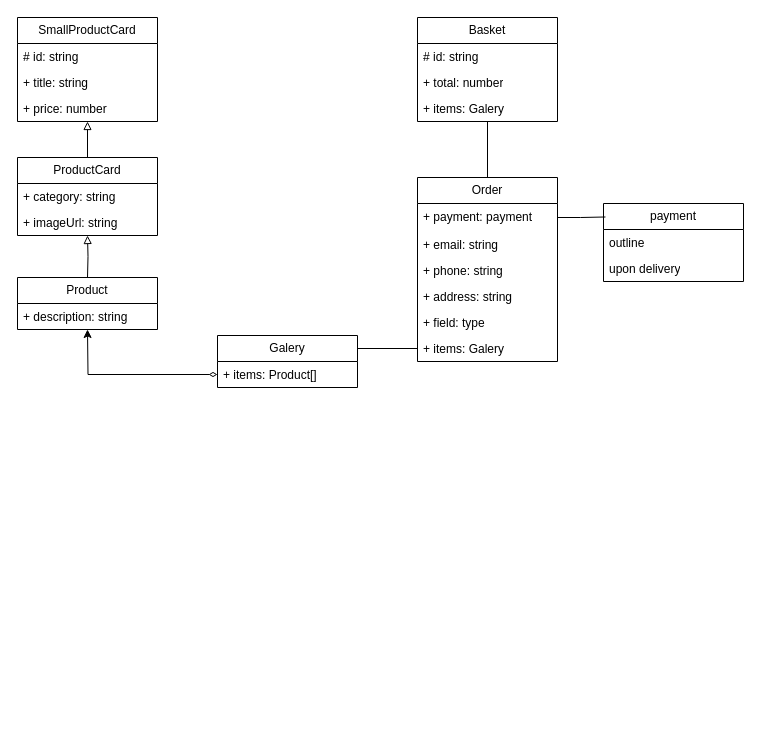
This is web-larek-frontend.drawio from Kazannik/web-larek-frontend, a draw.io file, before an edit. Source tidied: cells renumbered, new cells numbered last; positions are measured from the earlier drawing's top-left corner, leaving out a move shared by most shapes. Both pictures are drawn from the tidied source at 100%, with x=0, y=0 at pixel (17, 17).
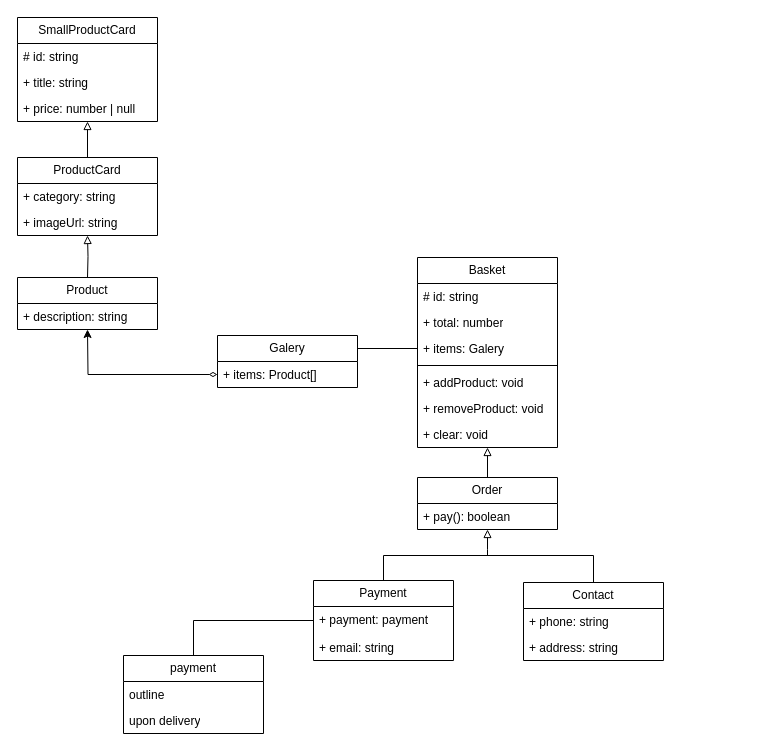
The same page after the edit.

Unchanged cells that the change refers to:
```xml
<mxCell id="8" value="Galery" style="swimlane;fontStyle=0;horizontal=1;startSize=26;fillColor=none;whiteSpace=wrap;html=1;" parent="1" vertex="1">
  <mxGeometry x="200" y="318" width="140" height="52" as="geometry" />
</mxCell>
<mxCell id="10" value="SmallProductCard" style="swimlane;fontStyle=0;horizontal=1;startSize=26;fillColor=none;whiteSpace=wrap;html=1;" parent="1" vertex="1">
  <mxGeometry width="140" height="104" as="geometry" />
</mxCell>
<mxCell id="24" value="+ items: Galery" style="text;strokeColor=none;fillColor=none;align=left;verticalAlign=top;spacingLeft=4;spacingRight=4;overflow=hidden;points=[[0,0.5],[1,0.5]];portConstraint=eastwest;whiteSpace=wrap;html=1;" parent="21" vertex="1">
  <mxGeometry y="78" width="140" height="26" as="geometry" />
</mxCell>
```

Diff of the diagram source:
```diff
@@
     <mxCell id="3" value="payment" style="swimlane;fontStyle=0;horizontal=1;startSize=26;fillColor=none;whiteSpace=wrap;html=1;" parent="1" vertex="1">
-      <mxGeometry x="586" y="186" width="140" height="78" as="geometry" />
+      <mxGeometry x="106" y="638" width="140" height="78" as="geometry" />
     </mxCell>
@@
-    <mxCell id="6" style="edgeStyle=orthogonalEdgeStyle;rounded=0;jettySize=auto;html=1;entryX=0.014;entryY=0.173;entryDx=0;entryDy=0;entryPerimeter=0;endArrow=none;endFill=0;" parent="1" edge="1" source="27" target="3">
+    <mxCell id="6" style="edgeStyle=orthogonalEdgeStyle;rounded=0;jettySize=auto;html=1;entryX=0.5;entryY=0;entryDx=0;entryDy=0;endArrow=none;endFill=0;" parent="1" edge="1" source="27" target="3">
       <mxGeometry relative="1" as="geometry" />
     </mxCell>
-    <mxCell id="7" style="edgeStyle=orthogonalEdgeStyle;rounded=0;jettySize=auto;html=1;exitX=1;exitY=0.25;exitDx=0;exitDy=0;endArrow=none;endFill=0;" parent="1" edge="1" source="8" target="32">
-      <mxGeometry relative="1" as="geometry" />
-    </mxCell>
+    <mxCell id="33" style="edgeStyle=orthogonalEdgeStyle;rounded=0;jettySize=auto;html=1;exitX=1;exitY=0.25;exitDx=0;exitDy=0;entryX=0;entryY=0.5;entryDx=0;entryDy=0;endArrow=none;endFill=0;" parent="1" edge="1" source="8" target="24">
+      <mxGeometry relative="1" as="geometry" />
+    </mxCell>
@@
-    <mxCell id="13" value="+ price: number" style="text;strokeColor=none;fillColor=none;align=left;verticalAlign=top;spacingLeft=4;spacingRight=4;overflow=hidden;whiteSpace=wrap;html=1;" parent="10" vertex="1">
+    <mxCell id="13" value="+ price: number | null" style="text;strokeColor=none;fillColor=none;align=left;verticalAlign=top;spacingLeft=4;spacingRight=4;overflow=hidden;whiteSpace=wrap;html=1;" parent="10" vertex="1">
       <mxGeometry y="78" width="140" height="26" as="geometry" />
     </mxCell>
@@
     <mxCell id="21" value="Basket" style="swimlane;fontStyle=0;horizontal=1;startSize=26;fillColor=none;whiteSpace=wrap;html=1;" parent="1" vertex="1">
-      <mxGeometry x="400" width="140" height="104" as="geometry" />
+      <mxGeometry x="400" y="240" width="140" height="190" as="geometry" />
     </mxCell>
@@
+    <mxCell id="34" style="line;strokeWidth=1;fillColor=none;align=left;verticalAlign=middle;spacingTop=-1;spacingLeft=3;spacingRight=3;labelPosition=right;strokeColor=inherit;" parent="21" vertex="1">
+      <mxGeometry y="104" width="140" height="8" as="geometry" />
+    </mxCell>
+    <mxCell id="35" value="+ addProduct: void" style="text;strokeColor=none;fillColor=none;align=left;verticalAlign=top;spacingLeft=4;spacingRight=4;overflow=hidden;whiteSpace=wrap;html=1;" parent="21" vertex="1">
+      <mxGeometry y="112" width="140" height="26" as="geometry" />
+    </mxCell>
+    <mxCell id="36" value="+ removeProduct: void" style="text;strokeColor=none;fillColor=none;align=left;verticalAlign=top;spacingLeft=4;spacingRight=4;overflow=hidden;whiteSpace=wrap;html=1;" parent="21" vertex="1">
+      <mxGeometry y="138" width="140" height="26" as="geometry" />
+    </mxCell>
+    <mxCell id="37" value="+ clear: void" style="text;strokeColor=none;fillColor=none;align=left;verticalAlign=top;spacingLeft=4;spacingRight=4;overflow=hidden;whiteSpace=wrap;html=1;" parent="21" vertex="1">
+      <mxGeometry y="164" width="140" height="26" as="geometry" />
+    </mxCell>
-    <mxCell id="25" style="edgeStyle=orthogonalEdgeStyle;rounded=0;jettySize=auto;html=1;exitX=0.5;exitY=0;exitDx=0;exitDy=0;endArrow=none;endFill=0;" parent="1" edge="1" source="26" target="21">
+    <mxCell id="25" style="edgeStyle=orthogonalEdgeStyle;rounded=0;jettySize=auto;html=1;exitX=0.5;exitY=0;exitDx=0;exitDy=0;endArrow=block;endFill=0;startArrow=none;startFill=0;" parent="1" edge="1" source="26" target="21">
       <mxGeometry relative="1" as="geometry" />
     </mxCell>
+    <mxCell id="38" style="edgeStyle=orthogonalEdgeStyle;rounded=0;jettySize=auto;html=1;endArrow=none;endFill=0;startArrow=block;startFill=0;" parent="1" edge="1" source="26">
+      <mxGeometry relative="1" as="geometry">
+        <mxPoint x="470" y="538" as="targetPoint" />
+      </mxGeometry>
+    </mxCell>
     <mxCell id="26" value="Order" style="swimlane;fontStyle=0;horizontal=1;startSize=26;fillColor=none;whiteSpace=wrap;html=1;" parent="1" vertex="1">
-      <mxGeometry x="400" y="160" width="140" height="184" as="geometry" />
+      <mxGeometry x="400" y="460" width="140" height="52" as="geometry" />
     </mxCell>
+    <mxCell id="31" value="+ pay(): boolean" style="text;strokeColor=none;fillColor=none;align=left;verticalAlign=top;spacingLeft=4;spacingRight=4;overflow=hidden;whiteSpace=wrap;html=1;" parent="26" vertex="1">
+      <mxGeometry y="26" width="140" height="26" as="geometry" />
+    </mxCell>
+    <mxCell id="39" value="Contact" style="swimlane;fontStyle=0;horizontal=1;startSize=26;fillColor=none;whiteSpace=wrap;html=1;" parent="1" vertex="1">
+      <mxGeometry x="506" y="565" width="140" height="78" as="geometry" />
+    </mxCell>
+    <mxCell id="29" value="+ phone: string" style="text;align=left;verticalAlign=top;spacingLeft=4;spacingRight=4;overflow=hidden;rounded=0;shadow=0;html=0;" parent="39" vertex="1">
+      <mxGeometry y="26" width="140" height="26" as="geometry" />
+    </mxCell>
+    <mxCell id="30" value="+ address: string" style="text;align=left;verticalAlign=top;spacingLeft=4;spacingRight=4;overflow=hidden;rounded=0;shadow=0;html=0;" parent="39" vertex="1">
+      <mxGeometry y="52" width="140" height="26" as="geometry" />
+    </mxCell>
+    <mxCell id="40" style="edgeStyle=orthogonalEdgeStyle;rounded=0;jettySize=auto;html=1;entryX=0.5;entryY=0;entryDx=0;entryDy=0;endArrow=none;endFill=0;" parent="1" edge="1" source="41" target="39">
+      <mxGeometry relative="1" as="geometry">
+        <Array as="points">
+          <mxPoint x="366" y="538" />
+          <mxPoint x="576" y="538" />
+        </Array>
+      </mxGeometry>
+    </mxCell>
+    <mxCell id="41" value="Payment" style="swimlane;fontStyle=0;horizontal=1;startSize=26;fillColor=none;whiteSpace=wrap;html=1;" parent="1" vertex="1">
+      <mxGeometry x="296" y="563" width="140" height="80" as="geometry" />
+    </mxCell>
-    <mxCell id="27" value="+ payment: payment" style="text;align=left;verticalAlign=top;spacingLeft=4;spacingRight=4;overflow=hidden;points=[[0,0.5],[1,0.5]];portConstraint=eastwest;" parent="26" vertex="1">
+    <mxCell id="27" value="+ payment: payment" style="text;align=left;verticalAlign=top;spacingLeft=4;spacingRight=4;overflow=hidden;points=[[0,0.5],[1,0.5]];portConstraint=eastwest;" parent="41" vertex="1">
       <mxGeometry y="26" width="140" height="28" as="geometry" />
     </mxCell>
-    <mxCell id="28" value="+ email: string" style="text;align=left;verticalAlign=top;spacingLeft=4;spacingRight=4;overflow=hidden;rounded=0;shadow=0;html=0;" parent="26" vertex="1">
+    <mxCell id="28" value="+ email: string" style="text;align=left;verticalAlign=top;spacingLeft=4;spacingRight=4;overflow=hidden;rounded=0;shadow=0;html=0;" parent="41" vertex="1">
       <mxGeometry y="54" width="140" height="26" as="geometry" />
     </mxCell>
-    <mxCell id="29" value="+ phone: string" style="text;align=left;verticalAlign=top;spacingLeft=4;spacingRight=4;overflow=hidden;rounded=0;shadow=0;html=0;" parent="26" vertex="1">
-      <mxGeometry y="80" width="140" height="26" as="geometry" />
-    </mxCell>
-    <mxCell id="30" value="+ address: string" style="text;align=left;verticalAlign=top;spacingLeft=4;spacingRight=4;overflow=hidden;rounded=0;shadow=0;html=0;" parent="26" vertex="1">
-      <mxGeometry y="106" width="140" height="26" as="geometry" />
-    </mxCell>
-    <mxCell id="31" value="+ field: type" style="text;strokeColor=none;fillColor=none;align=left;verticalAlign=top;spacingLeft=4;spacingRight=4;overflow=hidden;whiteSpace=wrap;html=1;" parent="26" vertex="1">
-      <mxGeometry y="132" width="140" height="26" as="geometry" />
-    </mxCell>
-    <mxCell id="32" value="+ items: Galery" style="text;strokeColor=none;fillColor=none;align=left;verticalAlign=top;spacingLeft=4;spacingRight=4;overflow=hidden;points=[[0,0.5],[1,0.5]];portConstraint=eastwest;whiteSpace=wrap;html=1;" parent="26" vertex="1">
-      <mxGeometry y="158" width="140" height="26" as="geometry" />
-    </mxCell>
```
